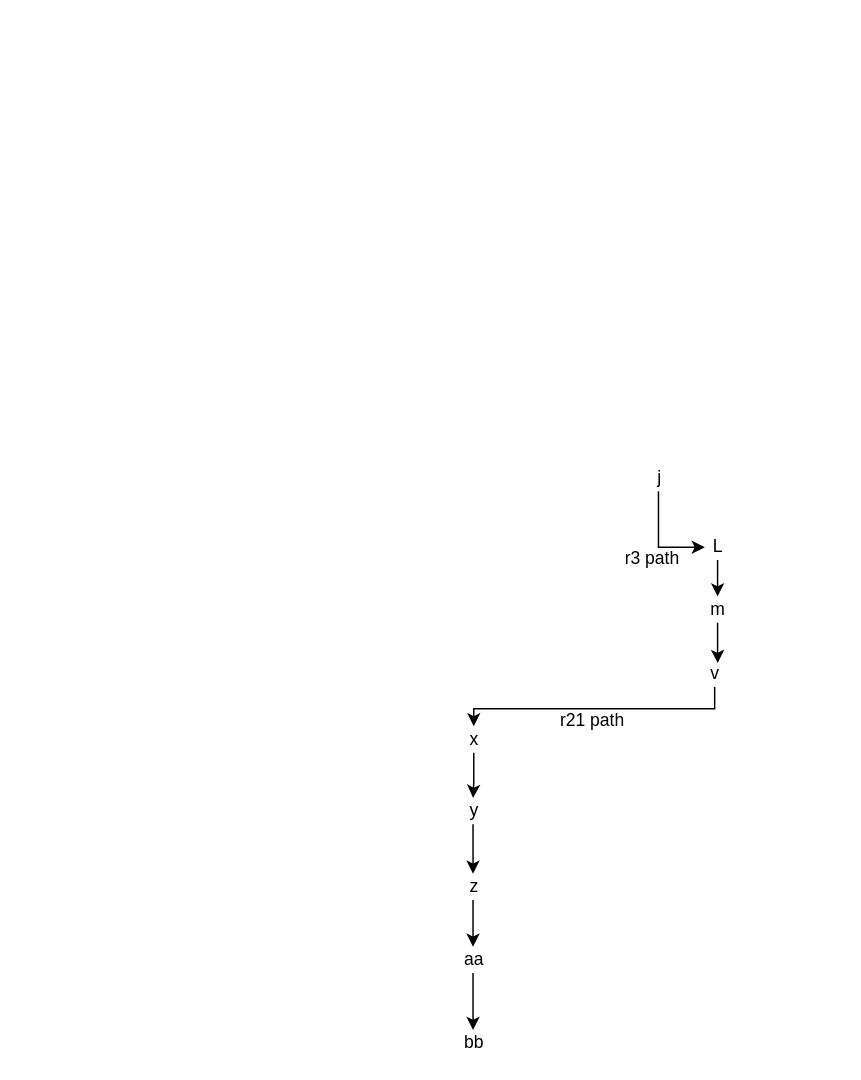
Above: Untitled Diagram.drawio in reaganmcf/diagrams-repo (draw.io), before the change. Source tidied: cells renumbered, new cells numbered last; positions are measured from the earlier drawing's top-left corner, leaving out a move shared by most shapes. Both pictures are drawn from the tidied source at 146%, with x=0, y=0 at pixel (456, 464).
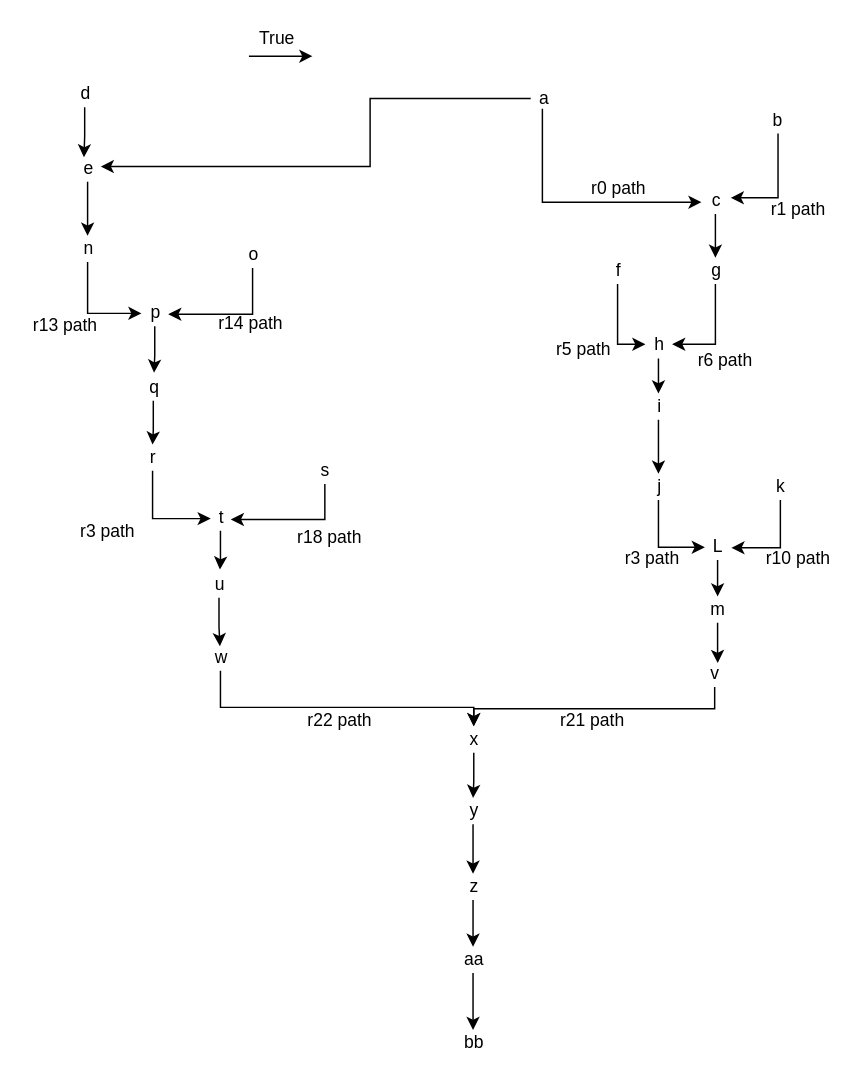
The same diagram, later.

The change refers to these unchanged cells:
```xml
<mxCell id="10" value="x" style="text;html=1;align=center;verticalAlign=middle;points=[];strokeColor=none;fillColor=none;" parent="1" vertex="1">
  <mxGeometry x="4" y="179" width="16" height="18" as="geometry" />
</mxCell>
<mxCell id="17" value="L" style="text;html=1;align=center;verticalAlign=middle;points=[];strokeColor=none;fillColor=none;" parent="1" vertex="1">
  <mxGeometry x="170.5" y="47" width="17" height="18" as="geometry" />
</mxCell>
```

Change to the diagram source:
```diff
@@
     <mxCell id="20" value="j" style="text;html=1;align=center;verticalAlign=middle;points=[];strokeColor=none;fillColor=none;" parent="1" vertex="1">
-      <mxGeometry x="132" width="13" height="18" as="geometry" />
+      <mxGeometry x="132" y="6" width="13" height="18" as="geometry" />
     </mxCell>
+    <mxCell id="21" style="edgeStyle=orthogonalEdgeStyle;rounded=0;jettySize=auto;html=1;" parent="1" edge="1" source="22" target="20">
+      <mxGeometry relative="1" as="geometry" />
+    </mxCell>
+    <mxCell id="22" value="i" style="text;html=1;align=center;verticalAlign=middle;points=[];strokeColor=none;fillColor=none;" parent="1" vertex="1">
+      <mxGeometry x="132" y="-49" width="13" height="18" as="geometry" />
+    </mxCell>
+    <mxCell id="23" style="edgeStyle=orthogonalEdgeStyle;rounded=0;jettySize=auto;html=1;" parent="1" edge="1" source="24" target="22">
+      <mxGeometry relative="1" as="geometry" />
+    </mxCell>
+    <mxCell id="24" value="h" style="text;html=1;align=center;verticalAlign=middle;points=[];strokeColor=none;fillColor=none;" parent="1" vertex="1">
+      <mxGeometry x="130" y="-91" width="17" height="18" as="geometry" />
+    </mxCell>
+    <mxCell id="25" value="r5 path" style="text;html=1;align=center;verticalAlign=middle;strokeColor=none;fillColor=none;" parent="1" vertex="1">
+      <mxGeometry x="63" y="-88" width="47" height="18" as="geometry" />
+    </mxCell>
+    <mxCell id="26" style="edgeStyle=orthogonalEdgeStyle;rounded=0;jettySize=auto;html=1;entryX=-0.025;entryY=0.46;entryDx=0;entryDy=0;entryPerimeter=0;" parent="1" edge="1" source="27" target="24">
+      <mxGeometry relative="1" as="geometry">
+        <Array as="points">
+          <mxPoint x="110" y="-83" />
+        </Array>
+      </mxGeometry>
+    </mxCell>
+    <mxCell id="27" value="f" style="text;html=1;align=center;verticalAlign=middle;points=[];strokeColor=none;fillColor=none;" parent="1" vertex="1">
+      <mxGeometry x="104" y="-142" width="13" height="18" as="geometry" />
+    </mxCell>
+    <mxCell id="28" value="r6 path" style="text;html=1;align=center;verticalAlign=middle;strokeColor=none;fillColor=none;" parent="1" vertex="1">
+      <mxGeometry x="160" y="-80" width="47" height="18" as="geometry" />
+    </mxCell>
+    <mxCell id="29" style="edgeStyle=orthogonalEdgeStyle;rounded=0;jettySize=auto;html=1;entryX=1.05;entryY=0.46;entryDx=0;entryDy=0;entryPerimeter=0;" parent="1" edge="1" source="30" target="24">
+      <mxGeometry relative="1" as="geometry">
+        <Array as="points">
+          <mxPoint x="178" y="-83" />
+        </Array>
+      </mxGeometry>
+    </mxCell>
+    <mxCell id="30" value="g" style="text;html=1;align=center;verticalAlign=middle;points=[];strokeColor=none;fillColor=none;" parent="1" vertex="1">
+      <mxGeometry x="169" y="-142" width="17" height="18" as="geometry" />
+    </mxCell>
+    <mxCell id="31" style="edgeStyle=orthogonalEdgeStyle;rounded=0;jettySize=auto;html=1;" parent="1" edge="1" source="32" target="30">
+      <mxGeometry relative="1" as="geometry" />
+    </mxCell>
+    <mxCell id="32" value="c" style="text;html=1;align=center;verticalAlign=middle;points=[];strokeColor=none;fillColor=none;" parent="1" vertex="1">
+      <mxGeometry x="169.5" y="-190" width="16" height="18" as="geometry" />
+    </mxCell>
+    <mxCell id="33" style="edgeStyle=orthogonalEdgeStyle;rounded=0;jettySize=auto;html=1;" parent="1" edge="1" source="34">
+      <mxGeometry relative="1" as="geometry">
+        <mxPoint x="188" y="-183" as="targetPoint" />
+        <Array as="points">
+          <mxPoint x="220" y="-183" />
+        </Array>
+      </mxGeometry>
+    </mxCell>
+    <mxCell id="34" value="b" style="text;html=1;align=center;verticalAlign=middle;points=[];strokeColor=none;fillColor=none;" parent="1" vertex="1">
+      <mxGeometry x="211.9" y="-245" width="17" height="18" as="geometry" />
+    </mxCell>
+    <mxCell id="35" value="r1 path" style="text;html=1;align=center;verticalAlign=middle;strokeColor=none;fillColor=none;" parent="1" vertex="1">
+      <mxGeometry x="210.5" y="-184" width="47" height="18" as="geometry" />
+    </mxCell>
+    <mxCell id="36" style="edgeStyle=orthogonalEdgeStyle;rounded=0;orthogonalLoop=1;jettySize=auto;html=1;" parent="1" edge="1">
+      <mxGeometry relative="1" as="geometry">
+        <mxPoint x="59" y="-244" as="sourcePoint" />
+        <mxPoint x="168" y="-180" as="targetPoint" />
+        <Array as="points">
+          <mxPoint x="59" y="-244" />
+          <mxPoint x="59" y="-180" />
+        </Array>
+      </mxGeometry>
+    </mxCell>
+    <mxCell id="37" style="edgeStyle=orthogonalEdgeStyle;rounded=0;jettySize=auto;html=1;entryX=1.028;entryY=0.423;entryDx=0;entryDy=0;entryPerimeter=0;fontColor=#000000;" parent="1" edge="1" source="38" target="67">
+      <mxGeometry relative="1" as="geometry">
+        <Array as="points">
+          <mxPoint x="-59" y="-251" />
+          <mxPoint x="-59" y="-204" />
+        </Array>
+      </mxGeometry>
+    </mxCell>
+    <mxCell id="38" value="a" style="text;html=1;align=center;verticalAlign=middle;points=[];strokeColor=none;fillColor=none;" parent="1" vertex="1">
+      <mxGeometry x="51" y="-260" width="17" height="18" as="geometry" />
+    </mxCell>
+    <mxCell id="39" value="r0 path" style="text;html=1;align=center;verticalAlign=middle;strokeColor=none;fillColor=none;" parent="1" vertex="1">
+      <mxGeometry x="87" y="-198" width="47" height="18" as="geometry" />
+    </mxCell>
+    <mxCell id="40" style="edgeStyle=orthogonalEdgeStyle;rounded=0;jettySize=auto;html=1;entryX=1.055;entryY=0.54;entryDx=0;entryDy=0;entryPerimeter=0;" parent="1" edge="1" source="41" target="17">
+      <mxGeometry relative="1" as="geometry">
+        <Array as="points">
+          <mxPoint x="222" y="57" />
+        </Array>
+      </mxGeometry>
+    </mxCell>
+    <mxCell id="41" value="k" style="text;html=1;align=center;verticalAlign=middle;points=[];strokeColor=none;fillColor=none;" parent="1" vertex="1">
+      <mxGeometry x="214" y="6" width="16" height="18" as="geometry" />
+    </mxCell>
+    <mxCell id="42" value="r10 path" style="text;html=1;align=center;verticalAlign=middle;strokeColor=none;fillColor=none;" parent="1" vertex="1">
+      <mxGeometry x="207" y="55" width="54" height="18" as="geometry" />
+    </mxCell>
+    <mxCell id="43" value="&lt;font color=&quot;#000000&quot;&gt;r22 path&lt;/font&gt;" style="text;html=1;align=center;verticalAlign=middle;strokeColor=none;fillColor=none;fontColor=#E6E6E6;" parent="1" vertex="1">
+      <mxGeometry x="-107" y="166" width="54" height="18" as="geometry" />
+    </mxCell>
+    <mxCell id="44" style="edgeStyle=orthogonalEdgeStyle;rounded=0;jettySize=auto;html=1;fontColor=#000000;" parent="1" edge="1" source="45" target="10">
+      <mxGeometry relative="1" as="geometry">
+        <Array as="points">
+          <mxPoint x="-162" y="166" />
+          <mxPoint x="12" y="166" />
+        </Array>
+      </mxGeometry>
+    </mxCell>
+    <mxCell id="45" value="w" style="text;html=1;align=center;verticalAlign=middle;points=[];strokeColor=none;fillColor=none;fontColor=#000000;" parent="1" vertex="1">
+      <mxGeometry x="-171" y="123" width="19" height="18" as="geometry" />
+    </mxCell>
+    <mxCell id="46" style="edgeStyle=orthogonalEdgeStyle;rounded=0;jettySize=auto;html=1;entryX=0.481;entryY=0.063;entryDx=0;entryDy=0;entryPerimeter=0;fontColor=#000000;" parent="1" edge="1" source="47" target="45">
+      <mxGeometry relative="1" as="geometry" />
+    </mxCell>
+    <mxCell id="47" value="u" style="text;html=1;align=center;verticalAlign=middle;points=[];strokeColor=none;fillColor=none;fontColor=#000000;" parent="1" vertex="1">
+      <mxGeometry x="-171" y="73" width="17" height="18" as="geometry" />
+    </mxCell>
+    <mxCell id="48" style="edgeStyle=orthogonalEdgeStyle;rounded=0;jettySize=auto;html=1;entryX=0.538;entryY=-0.079;entryDx=0;entryDy=0;entryPerimeter=0;fontColor=#000000;" parent="1" edge="1" source="49" target="47">
+      <mxGeometry relative="1" as="geometry" />
+    </mxCell>
+    <mxCell id="49" value="t" style="text;html=1;align=center;verticalAlign=middle;points=[];strokeColor=none;fillColor=none;fontColor=#000000;" parent="1" vertex="1">
+      <mxGeometry x="-168" y="27" width="13" height="18" as="geometry" />
+    </mxCell>
+    <mxCell id="50" value="r3 path" style="text;html=1;align=center;verticalAlign=middle;strokeColor=none;fillColor=none;fontColor=#000000;" parent="1" vertex="1">
+      <mxGeometry x="-263" y="37" width="47" height="18" as="geometry" />
+    </mxCell>
+    <mxCell id="51" value="r18 path" style="text;html=1;align=center;verticalAlign=middle;strokeColor=none;fillColor=none;fontColor=#000000;" parent="1" vertex="1">
+      <mxGeometry x="-114" y="41" width="54" height="18" as="geometry" />
+    </mxCell>
+    <mxCell id="52" style="edgeStyle=orthogonalEdgeStyle;rounded=0;jettySize=auto;html=1;entryX=1.044;entryY=0.571;entryDx=0;entryDy=0;entryPerimeter=0;fontColor=#000000;" parent="1" edge="1" source="53" target="49">
+      <mxGeometry relative="1" as="geometry">
+        <Array as="points">
+          <mxPoint x="-90" y="37" />
+        </Array>
+      </mxGeometry>
+    </mxCell>
+    <mxCell id="53" value="s" style="text;html=1;align=center;verticalAlign=middle;points=[];strokeColor=none;fillColor=none;fontColor=#000000;" parent="1" vertex="1">
+      <mxGeometry x="-98" y="-5" width="16" height="18" as="geometry" />
+    </mxCell>
+    <mxCell id="54" style="edgeStyle=orthogonalEdgeStyle;rounded=0;jettySize=auto;html=1;entryX=-0.011;entryY=0.54;entryDx=0;entryDy=0;entryPerimeter=0;fontColor=#000000;" parent="1" edge="1" source="55" target="49">
+      <mxGeometry relative="1" as="geometry">
+        <Array as="points">
+          <mxPoint x="-208" y="37" />
+        </Array>
+      </mxGeometry>
+    </mxCell>
+    <mxCell id="55" value="r" style="text;html=1;align=center;verticalAlign=middle;points=[];strokeColor=none;fillColor=none;fontColor=#000000;" parent="1" vertex="1">
+      <mxGeometry x="-215" y="-14" width="14" height="18" as="geometry" />
+    </mxCell>
+    <mxCell id="56" style="edgeStyle=orthogonalEdgeStyle;rounded=0;jettySize=auto;html=1;fontColor=#000000;" parent="1" edge="1" source="57" target="55">
+      <mxGeometry relative="1" as="geometry" />
+    </mxCell>
+    <mxCell id="57" value="q" style="text;html=1;align=center;verticalAlign=middle;points=[];strokeColor=none;fillColor=none;fontColor=#000000;" parent="1" vertex="1">
+      <mxGeometry x="-216" y="-62" width="17" height="18" as="geometry" />
+    </mxCell>
+    <mxCell id="58" style="edgeStyle=orthogonalEdgeStyle;rounded=0;jettySize=auto;html=1;entryX=0.529;entryY=-0.071;entryDx=0;entryDy=0;entryPerimeter=0;fontColor=#000000;" parent="1" edge="1" source="59" target="57">
+      <mxGeometry relative="1" as="geometry" />
+    </mxCell>
+    <mxCell id="59" value="p" style="text;html=1;align=center;verticalAlign=middle;points=[];strokeColor=none;fillColor=none;fontColor=#000000;" parent="1" vertex="1">
+      <mxGeometry x="-215" y="-113" width="17" height="18" as="geometry" />
+    </mxCell>
+    <mxCell id="60" value="r13 path" style="text;html=1;align=center;verticalAlign=middle;strokeColor=none;fillColor=none;fontColor=#000000;" parent="1" vertex="1">
+      <mxGeometry x="-295" y="-104" width="54" height="18" as="geometry" />
+    </mxCell>
+    <mxCell id="61" value="r14 path" style="text;html=1;align=center;verticalAlign=middle;strokeColor=none;fillColor=none;fontColor=#000000;" parent="1" vertex="1">
+      <mxGeometry x="-168" y="-106" width="54" height="18" as="geometry" />
+    </mxCell>
+    <mxCell id="62" style="edgeStyle=orthogonalEdgeStyle;rounded=0;jettySize=auto;html=1;entryX=1.042;entryY=0.54;entryDx=0;entryDy=0;entryPerimeter=0;fontColor=#000000;" parent="1" edge="1" source="63" target="59">
+      <mxGeometry relative="1" as="geometry">
+        <Array as="points">
+          <mxPoint x="-140" y="-103" />
+        </Array>
+      </mxGeometry>
+    </mxCell>
+    <mxCell id="63" value="o" style="text;html=1;align=center;verticalAlign=middle;points=[];strokeColor=none;fillColor=none;fontColor=#000000;" parent="1" vertex="1">
+      <mxGeometry x="-148" y="-153" width="17" height="18" as="geometry" />
+    </mxCell>
+    <mxCell id="64" style="edgeStyle=orthogonalEdgeStyle;rounded=0;jettySize=auto;html=1;entryX=-0.034;entryY=0.508;entryDx=0;entryDy=0;entryPerimeter=0;fontColor=#000000;" parent="1" edge="1" source="65" target="59">
+      <mxGeometry relative="1" as="geometry">
+        <Array as="points">
+          <mxPoint x="-252" y="-104" />
+        </Array>
+      </mxGeometry>
+    </mxCell>
+    <mxCell id="65" value="n" style="text;html=1;align=center;verticalAlign=middle;points=[];strokeColor=none;fillColor=none;fontColor=#000000;" parent="1" vertex="1">
+      <mxGeometry x="-261" y="-157" width="17" height="18" as="geometry" />
+    </mxCell>
+    <mxCell id="66" style="edgeStyle=orthogonalEdgeStyle;rounded=0;jettySize=auto;html=1;fontColor=#000000;" parent="1" edge="1" source="67" target="65">
+      <mxGeometry relative="1" as="geometry" />
+    </mxCell>
+    <mxCell id="67" value="e" style="text;html=1;align=center;verticalAlign=middle;points=[];strokeColor=none;fillColor=none;fontColor=#000000;" parent="1" vertex="1">
+      <mxGeometry x="-261" y="-212" width="17" height="18" as="geometry" />
+    </mxCell>
+    <mxCell id="68" style="edgeStyle=orthogonalEdgeStyle;rounded=0;jettySize=auto;html=1;entryX=0.353;entryY=0.071;entryDx=0;entryDy=0;entryPerimeter=0;fontColor=#000000;" parent="1" edge="1" source="69" target="67">
+      <mxGeometry relative="1" as="geometry" />
+    </mxCell>
+    <mxCell id="69" value="d" style="text;html=1;align=center;verticalAlign=middle;points=[];strokeColor=none;fillColor=none;fontColor=#000000;" parent="1" vertex="1">
+      <mxGeometry x="-263" y="-263" width="17" height="18" as="geometry" />
+    </mxCell>
+    <mxCell id="70" style="group;" parent="1" vertex="1">
+      <mxGeometry x="-142" y="-301" width="43.5" height="21" as="geometry" />
+    </mxCell>
+    <mxCell id="71" style="edgeStyle=orthogonalEdgeStyle;rounded=0;orthogonalLoop=1;jettySize=auto;html=1;fontColor=#000000;" parent="70" edge="1">
+      <mxGeometry relative="1" as="geometry">
+        <mxPoint y="21" as="sourcePoint" />
+        <mxPoint x="43.5" y="21" as="targetPoint" />
+      </mxGeometry>
+    </mxCell>
+    <mxCell id="72" value="True" style="text;html=1;align=center;verticalAlign=middle;strokeColor=none;fillColor=none;fontColor=#000000;" parent="70" vertex="1">
+      <mxGeometry x="1.5" width="34" height="18" as="geometry" />
+    </mxCell>
```
